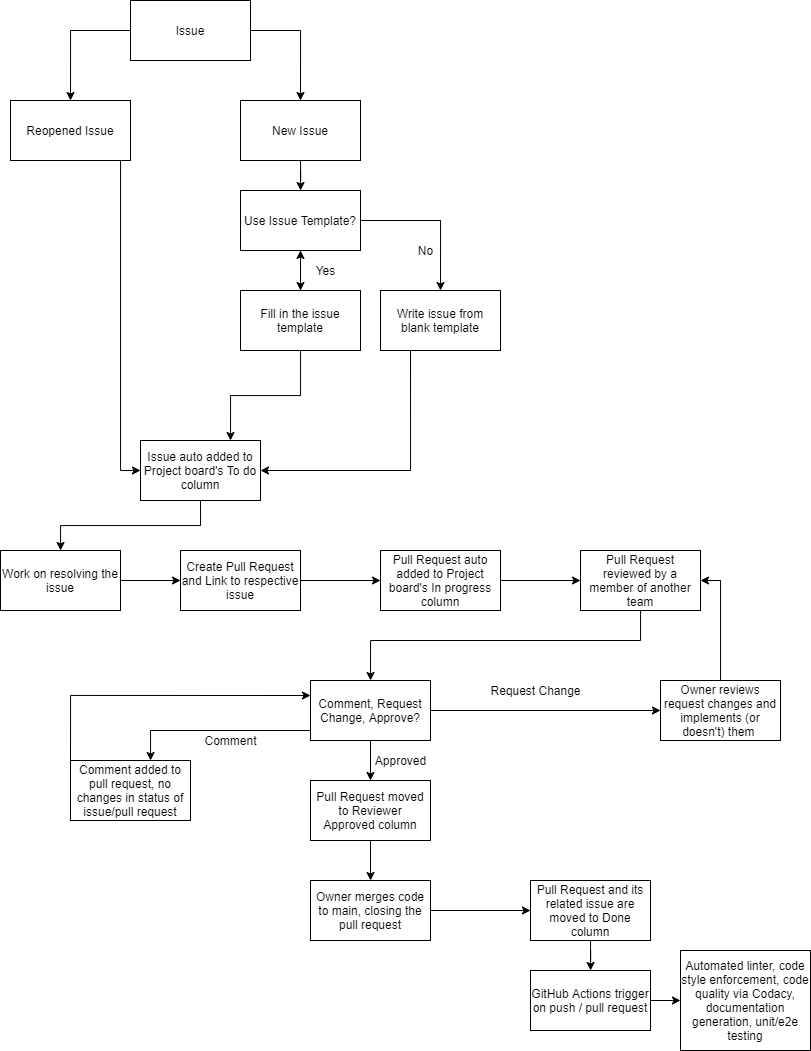
cse110-fa21-group15/cse110-fa21-group15 keeps this draw.io diagram as admin/cipipeline/phase2.drawio.png. Above is the earlier version. Source tidied: cells renumbered, new cells last; positions are measured from the earlier drawing's top-left corner, leaving out a move shared by most shapes. Its diagram source:
```xml
<mxGraphModel>
  <root>
    <mxCell id="0" />
    <mxCell id="1" parent="0" />
    <mxCell id="2" style="edgeStyle=orthogonalEdgeStyle;rounded=0;jettySize=auto;html=1;entryX=0.5;entryY=0;entryDx=0;entryDy=0;" parent="1" edge="1" source="4" target="6">
      <mxGeometry relative="1" as="geometry">
        <Array as="points">
          <mxPoint x="70" y="30" />
        </Array>
      </mxGeometry>
    </mxCell>
    <mxCell id="3" style="edgeStyle=orthogonalEdgeStyle;rounded=0;jettySize=auto;html=1;entryX=0.5;entryY=0;entryDx=0;entryDy=0;" parent="1" edge="1" source="4" target="8">
      <mxGeometry relative="1" as="geometry">
        <Array as="points">
          <mxPoint x="300" y="30" />
        </Array>
      </mxGeometry>
    </mxCell>
    <mxCell id="4" value="Issue" style="whiteSpace=wrap;html=1;" parent="1" vertex="1">
      <mxGeometry x="130" width="120" height="60" as="geometry" />
    </mxCell>
    <mxCell id="5" style="edgeStyle=orthogonalEdgeStyle;rounded=0;jettySize=auto;html=1;entryX=0;entryY=0.5;entryDx=0;entryDy=0;exitX=1;exitY=1;exitDx=0;exitDy=0;" parent="1" edge="1" source="6" target="10">
      <mxGeometry relative="1" as="geometry">
        <Array as="points">
          <mxPoint x="120" y="160" />
          <mxPoint x="120" y="470" />
        </Array>
      </mxGeometry>
    </mxCell>
    <mxCell id="6" value="Reopened Issue" style="whiteSpace=wrap;html=1;" parent="1" vertex="1">
      <mxGeometry x="10" y="100" width="120" height="60" as="geometry" />
    </mxCell>
    <mxCell id="7" style="edgeStyle=orthogonalEdgeStyle;rounded=0;jettySize=auto;html=1;" parent="1" edge="1" source="8" target="13">
      <mxGeometry relative="1" as="geometry" />
    </mxCell>
    <mxCell id="8" value="New Issue" style="whiteSpace=wrap;html=1;" parent="1" vertex="1">
      <mxGeometry x="240" y="100" width="120" height="60" as="geometry" />
    </mxCell>
    <mxCell id="9" style="edgeStyle=orthogonalEdgeStyle;rounded=0;jettySize=auto;html=1;exitX=0.5;exitY=1;exitDx=0;exitDy=0;" parent="1" edge="1" source="10" target="24">
      <mxGeometry relative="1" as="geometry" />
    </mxCell>
    <mxCell id="10" value="Issue auto added to Project board's To do column" style="whiteSpace=wrap;html=1;" parent="1" vertex="1">
      <mxGeometry x="140" y="440" width="120" height="60" as="geometry" />
    </mxCell>
    <mxCell id="11" style="edgeStyle=orthogonalEdgeStyle;rounded=0;jettySize=auto;html=1;entryX=0.5;entryY=0;entryDx=0;entryDy=0;" parent="1" edge="1" source="13" target="16">
      <mxGeometry relative="1" as="geometry" />
    </mxCell>
    <mxCell id="12" style="edgeStyle=orthogonalEdgeStyle;rounded=0;jettySize=auto;html=1;entryX=0.5;entryY=0;entryDx=0;entryDy=0;" parent="1" edge="1" source="13">
      <mxGeometry relative="1" as="geometry">
        <mxPoint x="440" y="290" as="targetPoint" />
        <Array as="points">
          <mxPoint x="440" y="220" />
        </Array>
      </mxGeometry>
    </mxCell>
    <mxCell id="13" value="Use Issue Template?" style="whiteSpace=wrap;html=1;" parent="1" vertex="1">
      <mxGeometry x="240" y="190" width="120" height="60" as="geometry" />
    </mxCell>
    <mxCell id="14" style="edgeStyle=orthogonalEdgeStyle;rounded=0;jettySize=auto;html=1;" parent="1" edge="1" source="16" target="13">
      <mxGeometry relative="1" as="geometry" />
    </mxCell>
    <mxCell id="15" style="edgeStyle=orthogonalEdgeStyle;rounded=0;jettySize=auto;html=1;entryX=0.75;entryY=0;entryDx=0;entryDy=0;" parent="1" edge="1" source="16" target="10">
      <mxGeometry relative="1" as="geometry" />
    </mxCell>
    <mxCell id="16" value="Fill in the issue template" style="whiteSpace=wrap;html=1;" parent="1" vertex="1">
      <mxGeometry x="240" y="290" width="120" height="60" as="geometry" />
    </mxCell>
    <mxCell id="17" value="Yes" style="text;html=1;align=center;verticalAlign=middle;strokeColor=none;" parent="1" vertex="1">
      <mxGeometry x="310" y="260" width="30" height="20" as="geometry" />
    </mxCell>
    <mxCell id="18" style="edgeStyle=orthogonalEdgeStyle;rounded=0;jettySize=auto;html=1;exitX=0.25;exitY=1;exitDx=0;exitDy=0;entryX=1;entryY=0.5;entryDx=0;entryDy=0;" parent="1" edge="1" source="19" target="10">
      <mxGeometry relative="1" as="geometry" />
    </mxCell>
    <mxCell id="19" value="Write issue from blank template" style="whiteSpace=wrap;html=1;" parent="1" vertex="1">
      <mxGeometry x="380" y="290" width="120" height="60" as="geometry" />
    </mxCell>
    <mxCell id="20" value="No" style="text;html=1;align=center;verticalAlign=middle;strokeColor=none;" parent="1" vertex="1">
      <mxGeometry x="410" y="240" width="30" height="20" as="geometry" />
    </mxCell>
    <mxCell id="21" style="edgeStyle=orthogonalEdgeStyle;rounded=0;jettySize=auto;html=1;" parent="1" edge="1" source="22" target="28">
      <mxGeometry relative="1" as="geometry" />
    </mxCell>
    <mxCell id="22" value="Pull Request auto added to Project board's In progress column" style="whiteSpace=wrap;html=1;" parent="1" vertex="1">
      <mxGeometry x="380" y="550" width="120" height="60" as="geometry" />
    </mxCell>
    <mxCell id="23" style="edgeStyle=orthogonalEdgeStyle;rounded=0;jettySize=auto;html=1;" parent="1" edge="1" source="24" target="26">
      <mxGeometry relative="1" as="geometry" />
    </mxCell>
    <mxCell id="24" value="Work on resolving the issue" style="whiteSpace=wrap;html=1;" parent="1" vertex="1">
      <mxGeometry y="550" width="120" height="60" as="geometry" />
    </mxCell>
    <mxCell id="25" style="edgeStyle=orthogonalEdgeStyle;rounded=0;jettySize=auto;html=1;entryX=0;entryY=0.5;entryDx=0;entryDy=0;" parent="1" edge="1" source="26" target="22">
      <mxGeometry relative="1" as="geometry" />
    </mxCell>
    <mxCell id="26" value="Create Pull Request and Link to respective issue" style="whiteSpace=wrap;html=1;" parent="1" vertex="1">
      <mxGeometry x="180" y="550" width="120" height="60" as="geometry" />
    </mxCell>
    <mxCell id="27" style="edgeStyle=orthogonalEdgeStyle;rounded=0;jettySize=auto;html=1;entryX=0.5;entryY=0;entryDx=0;entryDy=0;" parent="1" edge="1" source="28" target="32">
      <mxGeometry relative="1" as="geometry">
        <Array as="points">
          <mxPoint x="640" y="640" />
          <mxPoint x="370" y="640" />
        </Array>
      </mxGeometry>
    </mxCell>
    <mxCell id="28" value="Pull Request reviewed by a member of another team" style="whiteSpace=wrap;html=1;" parent="1" vertex="1">
      <mxGeometry x="580" y="550" width="120" height="60" as="geometry" />
    </mxCell>
    <mxCell id="29" style="edgeStyle=orthogonalEdgeStyle;rounded=0;jettySize=auto;html=1;" parent="1" edge="1" source="32" target="34">
      <mxGeometry relative="1" as="geometry">
        <Array as="points">
          <mxPoint x="150" y="730" />
        </Array>
      </mxGeometry>
    </mxCell>
    <mxCell id="30" style="edgeStyle=orthogonalEdgeStyle;rounded=0;jettySize=auto;html=1;" parent="1" edge="1" source="32" target="37">
      <mxGeometry relative="1" as="geometry" />
    </mxCell>
    <mxCell id="31" style="edgeStyle=orthogonalEdgeStyle;rounded=0;jettySize=auto;html=1;entryX=0.5;entryY=0;entryDx=0;entryDy=0;" parent="1" edge="1" source="32" target="40">
      <mxGeometry relative="1" as="geometry" />
    </mxCell>
    <mxCell id="32" value="Comment, Request Change, Approve?" style="whiteSpace=wrap;html=1;" parent="1" vertex="1">
      <mxGeometry x="310" y="680" width="120" height="60" as="geometry" />
    </mxCell>
    <mxCell id="33" style="edgeStyle=orthogonalEdgeStyle;rounded=0;jettySize=auto;html=1;exitX=0;exitY=0;exitDx=0;exitDy=0;entryX=0;entryY=0.25;entryDx=0;entryDy=0;" parent="1" edge="1" source="34" target="32">
      <mxGeometry relative="1" as="geometry" />
    </mxCell>
    <mxCell id="34" value="Comment added to pull request, no changes in status of issue/pull request" style="whiteSpace=wrap;html=1;" parent="1" vertex="1">
      <mxGeometry x="70" y="760" width="120" height="60" as="geometry" />
    </mxCell>
    <mxCell id="35" value="Comment" style="text;html=1;align=center;verticalAlign=middle;strokeColor=none;" parent="1" vertex="1">
      <mxGeometry x="195" y="730" width="70" height="20" as="geometry" />
    </mxCell>
    <mxCell id="36" style="edgeStyle=orthogonalEdgeStyle;rounded=0;jettySize=auto;html=1;entryX=1;entryY=0.5;entryDx=0;entryDy=0;" parent="1" edge="1" source="37" target="28">
      <mxGeometry relative="1" as="geometry" />
    </mxCell>
    <mxCell id="37" value="Owner reviews request changes and implements (or doesn't) them&amp;nbsp;" style="whiteSpace=wrap;html=1;" parent="1" vertex="1">
      <mxGeometry x="660" y="680" width="120" height="60" as="geometry" />
    </mxCell>
    <mxCell id="38" value="Request Change" style="text;html=1;align=center;verticalAlign=middle;strokeColor=none;" parent="1" vertex="1">
      <mxGeometry x="480" y="680" width="110" height="20" as="geometry" />
    </mxCell>
    <mxCell id="39" style="edgeStyle=orthogonalEdgeStyle;rounded=0;jettySize=auto;html=1;" parent="1" edge="1" source="40" target="43">
      <mxGeometry relative="1" as="geometry" />
    </mxCell>
    <mxCell id="40" value="Pull Request moved to Reviewer Approved column" style="whiteSpace=wrap;html=1;" parent="1" vertex="1">
      <mxGeometry x="310" y="780" width="120" height="60" as="geometry" />
    </mxCell>
    <mxCell id="41" value="Approved" style="text;html=1;align=center;verticalAlign=middle;strokeColor=none;" parent="1" vertex="1">
      <mxGeometry x="365" y="750" width="70" height="20" as="geometry" />
    </mxCell>
    <mxCell id="42" style="edgeStyle=orthogonalEdgeStyle;rounded=0;jettySize=auto;html=1;entryX=0;entryY=0.5;entryDx=0;entryDy=0;" parent="1" edge="1" source="43" target="45">
      <mxGeometry relative="1" as="geometry" />
    </mxCell>
    <mxCell id="43" value="Owner merges code to main, closing the pull request" style="whiteSpace=wrap;html=1;" parent="1" vertex="1">
      <mxGeometry x="310" y="880" width="120" height="60" as="geometry" />
    </mxCell>
    <mxCell id="44" style="edgeStyle=orthogonalEdgeStyle;rounded=0;jettySize=auto;html=1;" parent="1" edge="1" source="45" target="47">
      <mxGeometry relative="1" as="geometry" />
    </mxCell>
    <mxCell id="45" value="Pull Request and its related issue are moved to Done column" style="whiteSpace=wrap;html=1;" parent="1" vertex="1">
      <mxGeometry x="530" y="880" width="120" height="60" as="geometry" />
    </mxCell>
    <mxCell id="46" style="edgeStyle=orthogonalEdgeStyle;rounded=0;jettySize=auto;html=1;" parent="1" edge="1" source="47" target="48">
      <mxGeometry relative="1" as="geometry" />
    </mxCell>
    <mxCell id="47" value="GitHub Actions trigger on push / pull request" style="whiteSpace=wrap;html=1;" parent="1" vertex="1">
      <mxGeometry x="530" y="970" width="120" height="60" as="geometry" />
    </mxCell>
    <mxCell id="48" value="Automated linter, code style enforcement, code quality via Codacy, documentation generation, unit/e2e testing" style="whiteSpace=wrap;html=1;" parent="1" vertex="1">
      <mxGeometry x="680" y="950" width="130" height="100" as="geometry" />
    </mxCell>
  </root>
</mxGraphModel>
```
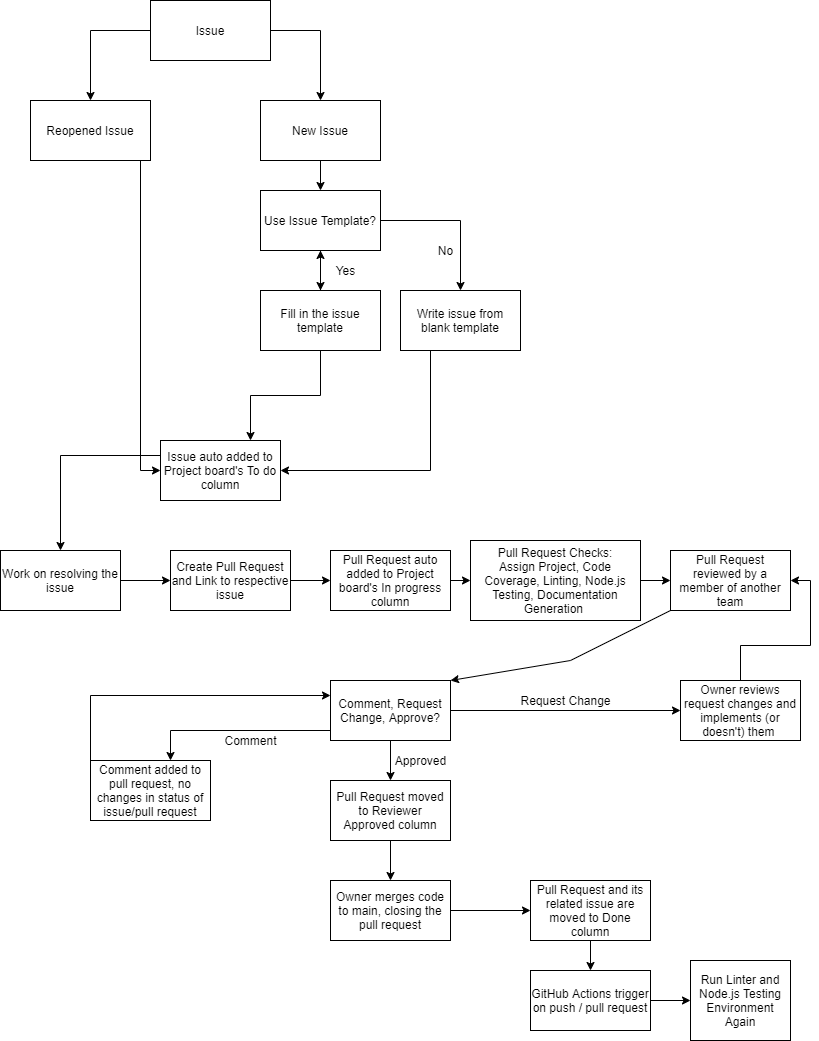
After the commit.

Commit message:
updated phase2 ci/cd deliverables

The edit, as a diff of the source:
```diff
@@ -36,8 +36,12 @@
     <mxCell id="8" value="New Issue" style="whiteSpace=wrap;html=1;" parent="1" vertex="1">
       <mxGeometry x="240" y="100" width="120" height="60" as="geometry" />
     </mxCell>
-    <mxCell id="9" style="edgeStyle=orthogonalEdgeStyle;rounded=0;jettySize=auto;html=1;exitX=0.5;exitY=1;exitDx=0;exitDy=0;" parent="1" edge="1" source="10" target="24">
-      <mxGeometry relative="1" as="geometry" />
+    <mxCell id="9" style="edgeStyle=none;html=1;exitX=0;exitY=0.25;exitDx=0;exitDy=0;entryX=0.5;entryY=0;entryDx=0;entryDy=0;rounded=0;" parent="1" edge="1" source="10" target="24">
+      <mxGeometry relative="1" as="geometry">
+        <Array as="points">
+          <mxPoint x="40" y="455" />
+        </Array>
+      </mxGeometry>
     </mxCell>
     <mxCell id="10" value="Issue auto added to Project board's To do column" style="whiteSpace=wrap;html=1;" parent="1" vertex="1">
       <mxGeometry x="140" y="440" width="120" height="60" as="geometry" />
@@ -77,34 +81,33 @@
     <mxCell id="20" value="No" style="text;html=1;align=center;verticalAlign=middle;strokeColor=none;" parent="1" vertex="1">
       <mxGeometry x="410" y="240" width="30" height="20" as="geometry" />
     </mxCell>
-    <mxCell id="21" style="edgeStyle=orthogonalEdgeStyle;rounded=0;jettySize=auto;html=1;" parent="1" edge="1" source="22" target="28">
-      <mxGeometry relative="1" as="geometry" />
-    </mxCell>
+    <mxCell id="49" style="edgeStyle=none;rounded=0;html=1;" parent="1" edge="1" source="22" target="51">
+      <mxGeometry relative="1" as="geometry" />
+    </mxCell>
     <mxCell id="22" value="Pull Request auto added to Project board's In progress column" style="whiteSpace=wrap;html=1;" parent="1" vertex="1">
-      <mxGeometry x="380" y="550" width="120" height="60" as="geometry" />
+      <mxGeometry x="310" y="550" width="120" height="60" as="geometry" />
     </mxCell>
     <mxCell id="23" style="edgeStyle=orthogonalEdgeStyle;rounded=0;jettySize=auto;html=1;" parent="1" edge="1" source="24" target="26">
       <mxGeometry relative="1" as="geometry" />
     </mxCell>
     <mxCell id="24" value="Work on resolving the issue" style="whiteSpace=wrap;html=1;" parent="1" vertex="1">
-      <mxGeometry y="550" width="120" height="60" as="geometry" />
+      <mxGeometry x="-20" y="550" width="120" height="60" as="geometry" />
     </mxCell>
     <mxCell id="25" style="edgeStyle=orthogonalEdgeStyle;rounded=0;jettySize=auto;html=1;entryX=0;entryY=0.5;entryDx=0;entryDy=0;" parent="1" edge="1" source="26" target="22">
       <mxGeometry relative="1" as="geometry" />
     </mxCell>
     <mxCell id="26" value="Create Pull Request and Link to respective issue" style="whiteSpace=wrap;html=1;" parent="1" vertex="1">
-      <mxGeometry x="180" y="550" width="120" height="60" as="geometry" />
+      <mxGeometry x="150" y="550" width="120" height="60" as="geometry" />
     </mxCell>
-    <mxCell id="27" style="edgeStyle=orthogonalEdgeStyle;rounded=0;jettySize=auto;html=1;entryX=0.5;entryY=0;entryDx=0;entryDy=0;" parent="1" edge="1" source="28" target="32">
+    <mxCell id="27" style="edgeStyle=none;rounded=0;html=1;exitX=0;exitY=1;exitDx=0;exitDy=0;entryX=1;entryY=0;entryDx=0;entryDy=0;" parent="1" edge="1" source="28" target="32">
       <mxGeometry relative="1" as="geometry">
         <Array as="points">
-          <mxPoint x="640" y="640" />
-          <mxPoint x="370" y="640" />
+          <mxPoint x="550" y="660" />
         </Array>
       </mxGeometry>
     </mxCell>
     <mxCell id="28" value="Pull Request reviewed by a member of another team" style="whiteSpace=wrap;html=1;" parent="1" vertex="1">
-      <mxGeometry x="580" y="550" width="120" height="60" as="geometry" />
+      <mxGeometry x="650" y="550" width="120" height="60" as="geometry" />
     </mxCell>
     <mxCell id="29" style="edgeStyle=orthogonalEdgeStyle;rounded=0;jettySize=auto;html=1;" parent="1" edge="1" source="32" target="34">
       <mxGeometry relative="1" as="geometry">
@@ -138,7 +141,7 @@
       <mxGeometry x="660" y="680" width="120" height="60" as="geometry" />
     </mxCell>
     <mxCell id="38" value="Request Change" style="text;html=1;align=center;verticalAlign=middle;strokeColor=none;" parent="1" vertex="1">
-      <mxGeometry x="480" y="680" width="110" height="20" as="geometry" />
+      <mxGeometry x="490" y="690" width="110" height="20" as="geometry" />
     </mxCell>
     <mxCell id="39" style="edgeStyle=orthogonalEdgeStyle;rounded=0;jettySize=auto;html=1;" parent="1" edge="1" source="40" target="43">
       <mxGeometry relative="1" as="geometry" />
@@ -159,16 +162,22 @@
       <mxGeometry relative="1" as="geometry" />
     </mxCell>
     <mxCell id="45" value="Pull Request and its related issue are moved to Done column" style="whiteSpace=wrap;html=1;" parent="1" vertex="1">
-      <mxGeometry x="530" y="880" width="120" height="60" as="geometry" />
+      <mxGeometry x="510" y="880" width="120" height="60" as="geometry" />
     </mxCell>
     <mxCell id="46" style="edgeStyle=orthogonalEdgeStyle;rounded=0;jettySize=auto;html=1;" parent="1" edge="1" source="47" target="48">
       <mxGeometry relative="1" as="geometry" />
     </mxCell>
     <mxCell id="47" value="GitHub Actions trigger on push / pull request" style="whiteSpace=wrap;html=1;" parent="1" vertex="1">
-      <mxGeometry x="530" y="970" width="120" height="60" as="geometry" />
+      <mxGeometry x="510" y="970" width="120" height="60" as="geometry" />
     </mxCell>
-    <mxCell id="48" value="Automated linter, code style enforcement, code quality via Codacy, documentation generation, unit/e2e testing" style="whiteSpace=wrap;html=1;" parent="1" vertex="1">
-      <mxGeometry x="680" y="950" width="130" height="100" as="geometry" />
+    <mxCell id="48" value="Run Linter and Node.js Testing Environment Again" style="whiteSpace=wrap;html=1;" parent="1" vertex="1">
+      <mxGeometry x="670" y="960" width="100" height="80" as="geometry" />
     </mxCell>
+    <mxCell id="50" style="edgeStyle=none;rounded=0;html=1;exitX=1;exitY=0.5;exitDx=0;exitDy=0;" parent="1" edge="1" source="51" target="28">
+      <mxGeometry relative="1" as="geometry" />
+    </mxCell>
+    <mxCell id="51" value="Pull Request Checks:&lt;br&gt;Assign Project, Code Coverage, Linting, Node.js Testing, Documentation Generation&amp;nbsp;" style="whiteSpace=wrap;html=1;" parent="1" vertex="1">
+      <mxGeometry x="450" y="540" width="170" height="80" as="geometry" />
+    </mxCell>
   </root>
 </mxGraphModel>
```
